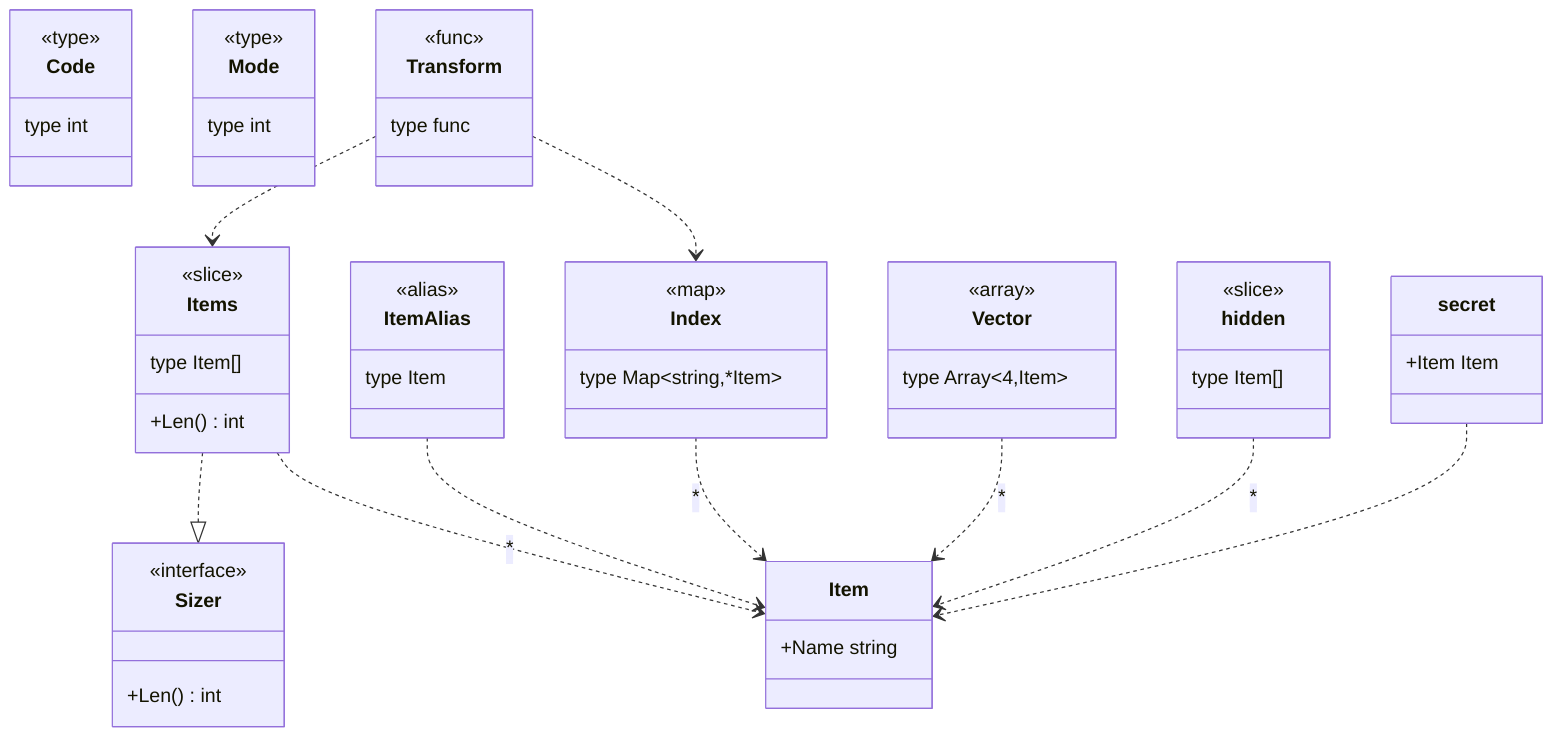
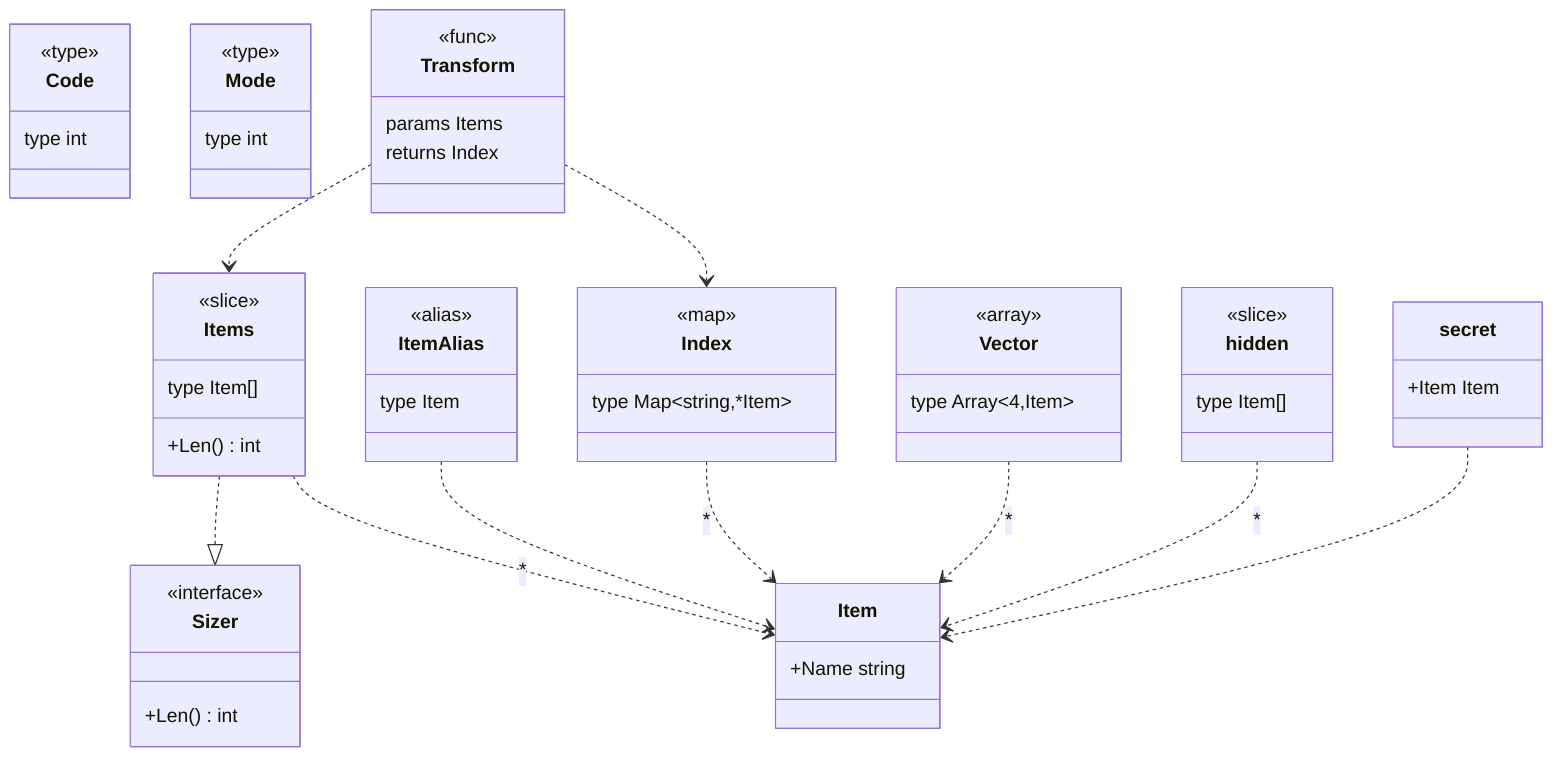
classDiagram
    class Code["Code"] {
        <<type>>
        type int
    }
    class Index["Index"] {
        <<map>>
        type Map~string,*Item~
    }
    class Item["Item"] {
        +Name string
    }
    class ItemAlias["ItemAlias"] {
        <<alias>>
        type Item
    }
    class Items["Items"] {
        <<slice>>
        type Item[]
        +Len() int
    }
    class Mode["Mode"] {
        <<type>>
        type int
    }
    class Sizer["Sizer"] {
        <<interface>>
        +Len() int
    }
    class Transform["Transform"] {
        <<func>>
-         type func
+         params Items
+         returns Index
    }
    class Vector["Vector"] {
        <<array>>
        type Array~4,Item~
    }
    class hidden["hidden"] {
        <<slice>>
        type Item[]
    }
    class secret["secret"] {
        +Item Item
    }
    Index ..> Item : *
    ItemAlias ..> Item
    Items ..> Item : *
    Items ..|> Sizer
    Transform ..> Index
    Transform ..> Items
    Vector ..> Item : *
    hidden ..> Item : *
    secret ..> Item
